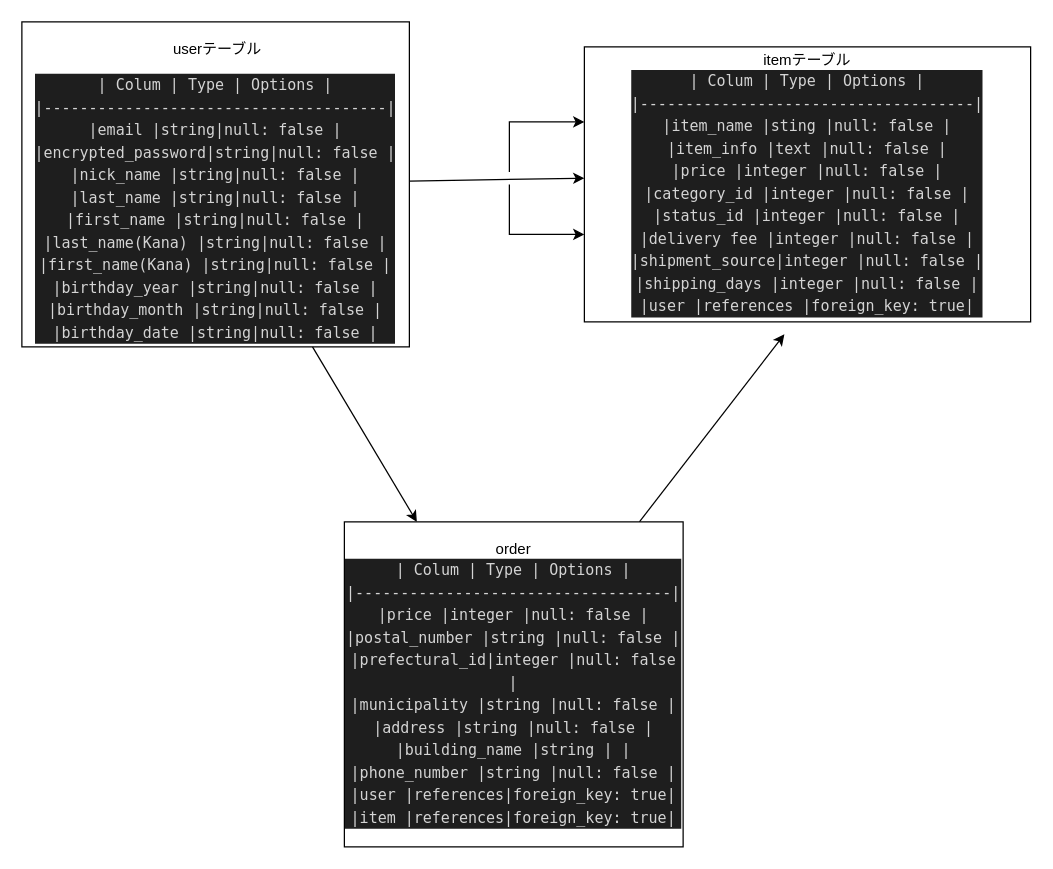
Above: furima.dio in kenshiro0107/furima-31158 (draw.io), before the change. Source tidied: cells renumbered, new cells numbered last; positions are measured from the earlier drawing's top-left corner, leaving out a move shared by most shapes. Both pictures are drawn from the tidied source at 125%, with x=0, y=0 at pixel (21, 21).
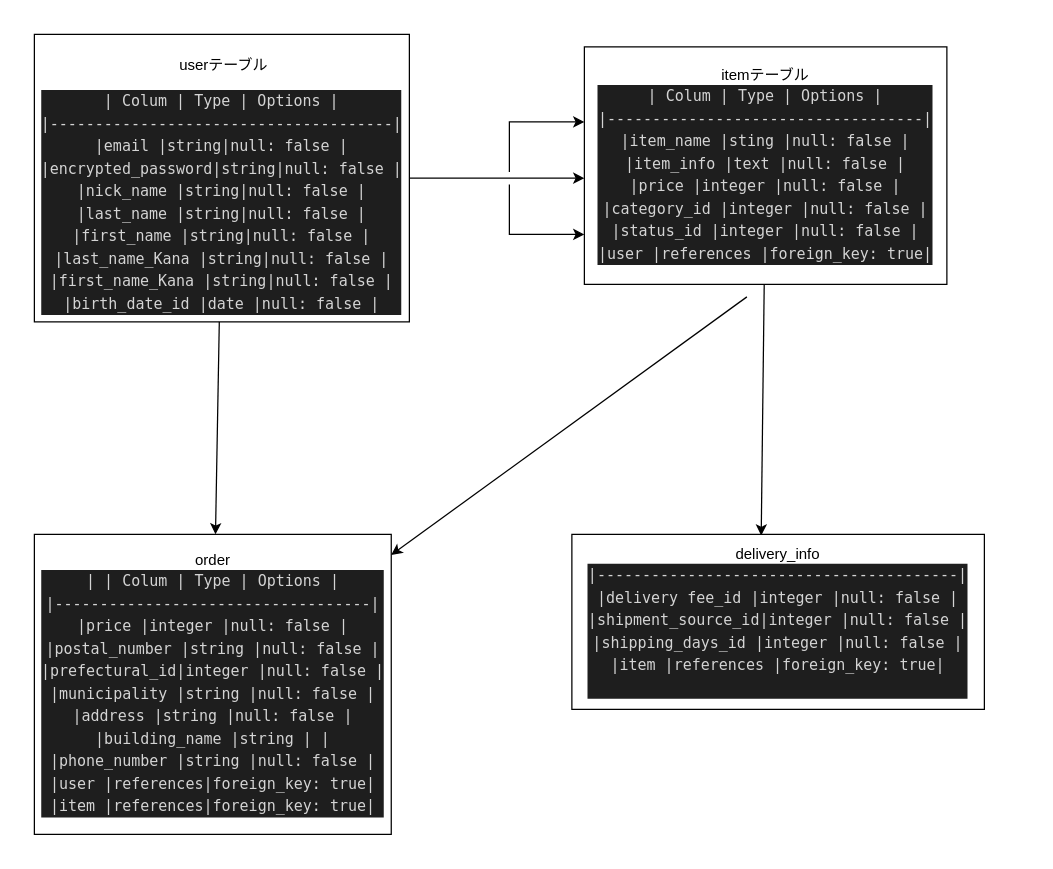
After the change.

Commit message (it also covers changes not shown here):
date型の追加、データベース設計の再修正

Change to the diagram source:
```diff
@@
 <mxGraphModel>
   <root>
     <mxCell id="0" />
     <mxCell id="1" parent="0" />
     <mxCell id="2" style="edgeStyle=none;rounded=0;jettySize=auto;html=1;" parent="1" edge="1" source="4">
       <mxGeometry relative="1" as="geometry">
         <mxPoint x="450" y="125" as="targetPoint" />
       </mxGeometry>
     </mxCell>
     <mxCell id="3" style="edgeStyle=none;rounded=0;orthogonalLoop=1;jettySize=auto;html=1;" parent="1" edge="1">
       <mxGeometry relative="1" as="geometry">
         <mxPoint x="390" y="120" as="sourcePoint" />
         <mxPoint x="450" y="80" as="targetPoint" />
         <Array as="points">
           <mxPoint x="390" y="80" />
         </Array>
       </mxGeometry>
     </mxCell>
-    <mxCell id="4" value="&lt;p&gt;&amp;nbsp;userテーブル&lt;/p&gt;&lt;div style=&quot;color: rgb(212 , 212 , 212) ; background-color: rgb(30 , 30 , 30) ; font-family: &amp;#34;menlo&amp;#34; , &amp;#34;monaco&amp;#34; , &amp;#34;courier new&amp;#34; , monospace ; line-height: 18px&quot;&gt;&lt;div style=&quot;font-family: &amp;#34;menlo&amp;#34; , &amp;#34;monaco&amp;#34; , &amp;#34;courier new&amp;#34; , monospace ; line-height: 18px&quot;&gt;&lt;div&gt;| Colum            | Type | Options    |&lt;/div&gt;&lt;div&gt;|--------------------------------------|&lt;/div&gt;&lt;div&gt;|email             |string|null: false |&lt;/div&gt;&lt;div&gt;|encrypted_password|string|null: false |&lt;/div&gt;&lt;div&gt;|nick_name         |string|null: false |&lt;/div&gt;&lt;div&gt;|last_name         |string|null: false |&lt;/div&gt;&lt;div&gt;|first_name        |string|null: false |&lt;/div&gt;&lt;div&gt;|last_name(Kana)   |string|null: false |&lt;/div&gt;&lt;div&gt;|first_name(Kana)  |string|null: false |&lt;/div&gt;&lt;div&gt;|birthday_year     |string|null: false |&lt;/div&gt;&lt;div&gt;|birthday_month    |string|null: false |&lt;/div&gt;&lt;div&gt;|birthday_date     |string|null: false |&lt;/div&gt;&lt;/div&gt;&lt;/div&gt;" style="whiteSpace=wrap;html=1;" parent="1" vertex="1">
-      <mxGeometry width="310" height="260" as="geometry" />
+    <mxCell id="4" value="&lt;p&gt;&amp;nbsp;userテーブル&lt;/p&gt;&lt;div style=&quot;color: rgb(212 , 212 , 212) ; background-color: rgb(30 , 30 , 30) ; font-family: &amp;#34;menlo&amp;#34; , &amp;#34;monaco&amp;#34; , &amp;#34;courier new&amp;#34; , monospace ; line-height: 18px&quot;&gt;&lt;div style=&quot;font-family: &amp;#34;menlo&amp;#34; , &amp;#34;monaco&amp;#34; , &amp;#34;courier new&amp;#34; , monospace ; line-height: 18px&quot;&gt;&lt;div style=&quot;font-family: &amp;#34;menlo&amp;#34; , &amp;#34;monaco&amp;#34; , &amp;#34;courier new&amp;#34; , monospace ; line-height: 18px&quot;&gt;&lt;div&gt;| Colum            | Type | Options    |&lt;/div&gt;&lt;div&gt;|--------------------------------------|&lt;/div&gt;&lt;div&gt;|email             |string|null: false |&lt;/div&gt;&lt;div&gt;|encrypted_password|string|null: false |&lt;/div&gt;&lt;div&gt;|nick_name         |string|null: false |&lt;/div&gt;&lt;div&gt;|last_name         |string|null: false |&lt;/div&gt;&lt;div&gt;|first_name        |string|null: false |&lt;/div&gt;&lt;div&gt;|last_name_Kana    |string|null: false |&lt;/div&gt;&lt;div&gt;|first_name_Kana   |string|null: false |&lt;/div&gt;&lt;div&gt;|birth_date_id     |date  |null: false |&lt;/div&gt;&lt;/div&gt;&lt;/div&gt;&lt;/div&gt;" style="whiteSpace=wrap;html=1;" parent="1" vertex="1">
+      <mxGeometry x="10" y="10" width="300" height="230" as="geometry" />
     </mxCell>
+    <mxCell id="10" style="edgeStyle=none;rounded=0;jettySize=auto;html=1;entryX=0.459;entryY=0.007;entryDx=0;entryDy=0;entryPerimeter=0;" parent="1" edge="1" source="5" target="11">
+      <mxGeometry relative="1" as="geometry" />
+    </mxCell>
-    <mxCell id="5" value="itemテーブル&lt;br&gt;&lt;div style=&quot;color: rgb(212 , 212 , 212) ; background-color: rgb(30 , 30 , 30) ; font-family: &amp;#34;menlo&amp;#34; , &amp;#34;monaco&amp;#34; , &amp;#34;courier new&amp;#34; , monospace ; line-height: 18px&quot;&gt;&lt;div style=&quot;font-family: &amp;#34;menlo&amp;#34; , &amp;#34;monaco&amp;#34; , &amp;#34;courier new&amp;#34; , monospace ; line-height: 18px&quot;&gt;&lt;div&gt;| Colum         | Type        | Options         |&lt;/div&gt;&lt;div&gt;|-------------------------------------|&lt;/div&gt;&lt;div&gt;|item_name      |sting        |null: false      |&lt;/div&gt;&lt;div&gt;|item_info      |text         |null: false      |&lt;/div&gt;&lt;div&gt;|price          |integer      |null: false      |&lt;/div&gt;&lt;div&gt;|category_id    |integer      |null: false      |&lt;/div&gt;&lt;div&gt;|status_id      |integer      |null: false      |&lt;/div&gt;&lt;div&gt;|delivery fee   |integer      |null: false      |&lt;/div&gt;&lt;div&gt;|shipment_source|integer      |null: false      |&lt;/div&gt;&lt;div&gt;|shipping_days  |integer      |null: false      |&lt;/div&gt;&lt;div&gt;|user           |references   |foreign_key: true|&lt;/div&gt;&lt;/div&gt;&lt;/div&gt;" style="whiteSpace=wrap;html=1;" parent="1" vertex="1">
-      <mxGeometry x="450" y="20" width="357" height="220" as="geometry" />
+    <mxCell id="5" value="itemテーブル&lt;br&gt;&lt;div style=&quot;color: rgb(212 , 212 , 212) ; background-color: rgb(30 , 30 , 30) ; font-family: &amp;#34;menlo&amp;#34; , &amp;#34;monaco&amp;#34; , &amp;#34;courier new&amp;#34; , monospace ; line-height: 18px&quot;&gt;&lt;div style=&quot;font-family: &amp;#34;menlo&amp;#34; , &amp;#34;monaco&amp;#34; , &amp;#34;courier new&amp;#34; , monospace ; line-height: 18px&quot;&gt;&lt;div style=&quot;font-family: &amp;#34;menlo&amp;#34; , &amp;#34;monaco&amp;#34; , &amp;#34;courier new&amp;#34; , monospace ; line-height: 18px&quot;&gt;&lt;div&gt;| Colum         | Type        | Options         |&lt;/div&gt;&lt;div&gt;|-----------------------------------|&lt;/div&gt;&lt;div&gt;|item_name      |sting        |null: false      |&lt;/div&gt;&lt;div&gt;|item_info      |text         |null: false      |&lt;/div&gt;&lt;div&gt;|price          |integer      |null: false      |&lt;/div&gt;&lt;div&gt;|category_id    |integer      |null: false      |&lt;/div&gt;&lt;div&gt;|status_id      |integer      |null: false      |&lt;/div&gt;&lt;div&gt;|user           |references   |foreign_key: true|&lt;/div&gt;&lt;/div&gt;&lt;/div&gt;&lt;/div&gt;" style="whiteSpace=wrap;html=1;" parent="1" vertex="1">
+      <mxGeometry x="450" y="20" width="290" height="190" as="geometry" />
     </mxCell>
-    <mxCell id="6" style="edgeStyle=none;rounded=0;jettySize=auto;html=1;" parent="1" edge="1" source="8">
+    <mxCell id="6" style="edgeStyle=none;rounded=0;jettySize=auto;html=1;" parent="1" edge="1" target="8">
       <mxGeometry relative="1" as="geometry">
-        <mxPoint x="610" y="250" as="targetPoint" />
+        <mxPoint x="580" y="220" as="sourcePoint" />
       </mxGeometry>
     </mxCell>
     <mxCell id="7" style="edgeStyle=none;rounded=0;jettySize=auto;html=1;" parent="1" edge="1" source="4" target="8">
       <mxGeometry relative="1" as="geometry" />
     </mxCell>
-    <mxCell id="8" value="order&lt;br&gt;&lt;div style=&quot;color: rgb(212 , 212 , 212) ; background-color: rgb(30 , 30 , 30) ; font-family: &amp;#34;menlo&amp;#34; , &amp;#34;monaco&amp;#34; , &amp;#34;courier new&amp;#34; , monospace ; line-height: 18px&quot;&gt;&lt;div style=&quot;font-family: &amp;#34;menlo&amp;#34; , &amp;#34;monaco&amp;#34; , &amp;#34;courier new&amp;#34; , monospace ; line-height: 18px&quot;&gt;&lt;div&gt;| Colum        | Type     | Options         |&lt;/div&gt;&lt;div&gt;|-----------------------------------|&lt;/div&gt;&lt;div&gt;|price         |integer   |null: false      |&lt;/div&gt;&lt;div&gt;|postal_number |string    |null: false      |&lt;/div&gt;&lt;div&gt;|prefectural_id|integer   |null: false      |&lt;/div&gt;&lt;div&gt;|municipality  |string    |null: false      |&lt;/div&gt;&lt;div&gt;|address       |string    |null: false      |&lt;/div&gt;&lt;div&gt;|building_name |string    |                 |&lt;/div&gt;&lt;div&gt;|phone_number  |string    |null: false      |&lt;/div&gt;&lt;div&gt;|user          |references|foreign_key: true|&lt;/div&gt;&lt;div&gt;|item          |references|foreign_key: true|&lt;/div&gt;&lt;/div&gt;&lt;/div&gt;" style="whiteSpace=wrap;html=1;" parent="1" vertex="1">
-      <mxGeometry x="258" y="400" width="271" height="260" as="geometry" />
+    <mxCell id="8" value="order&lt;br&gt;&lt;div style=&quot;color: rgb(212 , 212 , 212) ; background-color: rgb(30 , 30 , 30) ; font-family: &amp;#34;menlo&amp;#34; , &amp;#34;monaco&amp;#34; , &amp;#34;courier new&amp;#34; , monospace ; line-height: 18px&quot;&gt;&lt;div style=&quot;font-family: &amp;#34;menlo&amp;#34; , &amp;#34;monaco&amp;#34; , &amp;#34;courier new&amp;#34; , monospace ; line-height: 18px&quot;&gt;|&amp;nbsp;&lt;span style=&quot;font-family: &amp;#34;menlo&amp;#34; , &amp;#34;monaco&amp;#34; , &amp;#34;courier new&amp;#34; , monospace&quot;&gt;| Colum        | Type     | Options         |&lt;/span&gt;&lt;br&gt;&lt;/div&gt;&lt;div style=&quot;font-family: &amp;#34;menlo&amp;#34; , &amp;#34;monaco&amp;#34; , &amp;#34;courier new&amp;#34; , monospace ; line-height: 18px&quot;&gt;&lt;div&gt;|-----------------------------------|&lt;/div&gt;&lt;div&gt;|price         |integer   |null: false      |&lt;/div&gt;&lt;div&gt;|postal_number |string    |null: false      |&lt;/div&gt;&lt;div&gt;|prefectural_id|integer   |null: false      |&lt;/div&gt;&lt;div&gt;|municipality  |string    |null: false      |&lt;/div&gt;&lt;div&gt;|address       |string    |null: false      |&lt;/div&gt;&lt;div&gt;|building_name |string    |                 |&lt;/div&gt;&lt;div&gt;|phone_number  |string    |null: false      |&lt;/div&gt;&lt;div&gt;|user          |references|foreign_key: true|&lt;/div&gt;&lt;div&gt;|item          |references|foreign_key: true|&lt;/div&gt;&lt;/div&gt;&lt;/div&gt;" style="whiteSpace=wrap;html=1;" parent="1" vertex="1">
+      <mxGeometry x="10" y="410" width="285.5" height="240" as="geometry" />
     </mxCell>
     <mxCell id="9" style="edgeStyle=none;rounded=0;orthogonalLoop=1;jettySize=auto;html=1;" parent="1" edge="1">
       <mxGeometry relative="1" as="geometry">
         <mxPoint x="390" y="130" as="sourcePoint" />
         <mxPoint x="450" y="170" as="targetPoint" />
         <Array as="points">
           <mxPoint x="390" y="170" />
         </Array>
       </mxGeometry>
     </mxCell>
+    <mxCell id="11" value="delivery_info&lt;br&gt;&lt;div style=&quot;color: rgb(212 , 212 , 212) ; background-color: rgb(30 , 30 , 30) ; font-family: &amp;#34;menlo&amp;#34; , &amp;#34;monaco&amp;#34; , &amp;#34;courier new&amp;#34; , monospace ; line-height: 18px&quot;&gt;&lt;div&gt;|----------------------------------------|&lt;/div&gt;&lt;div&gt;|delivery fee_id   |integer      |null: false      |&lt;/div&gt;&lt;div&gt;|shipment_source_id|integer      |null: false      |&lt;/div&gt;&lt;div&gt;|shipping_days_id  |integer      |null: false      |&lt;/div&gt;&lt;div&gt;|item              |references   |foreign_key: true|&lt;/div&gt;&lt;br&gt;&lt;/div&gt;" style="whiteSpace=wrap;html=1;" parent="1" vertex="1">
+      <mxGeometry x="440" y="410" width="330" height="140" as="geometry" />
+    </mxCell>
   </root>
 </mxGraphModel>
```
